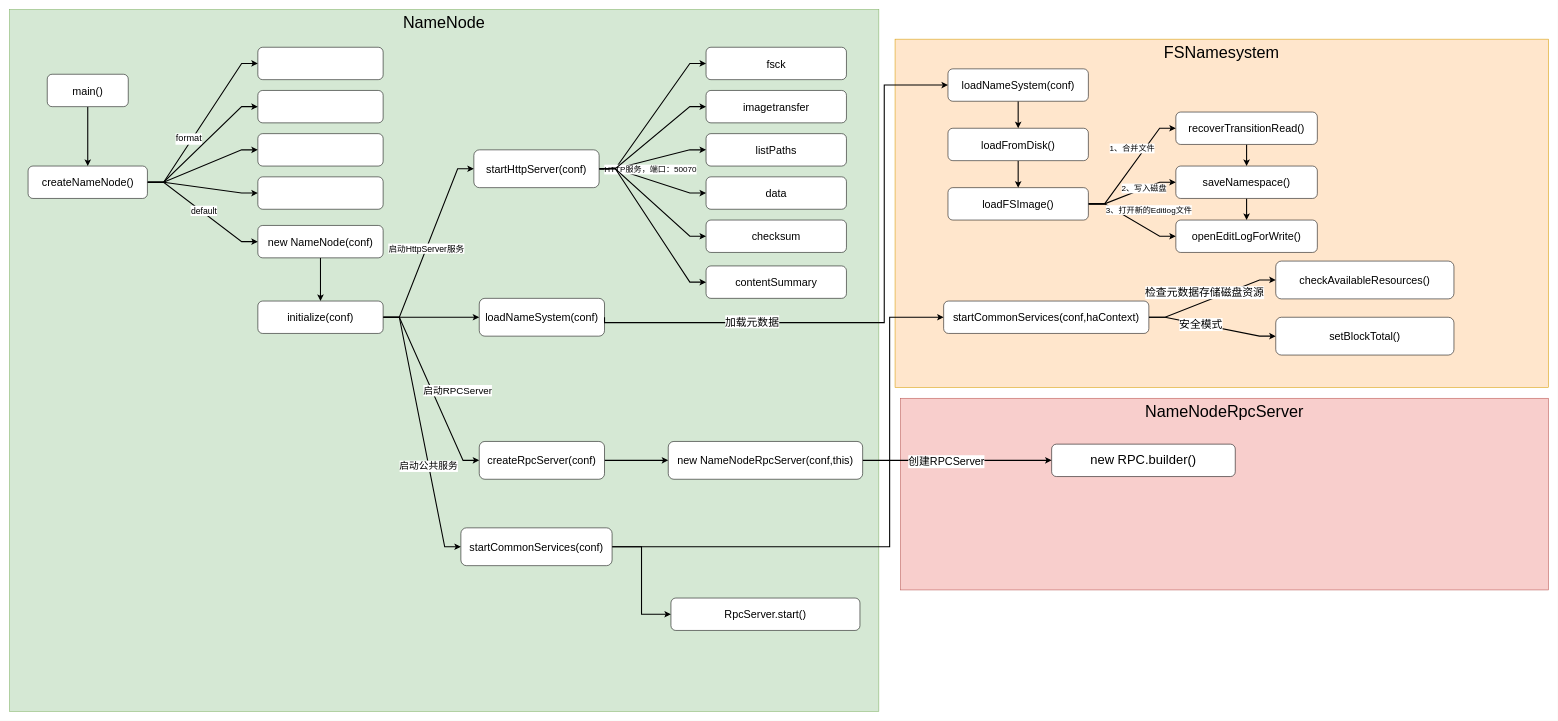
The draw.io diagram page "NameNode启动" (1 of 3) of Hadoop.drawio in starzy1990/diagrams, before the edit. Source tidied: cells renumbered, new cells numbered last; positions are measured from the earlier drawing's top-left corner, leaving out a move shared by most shapes. Both pictures are drawn from the tidied source at 54%, with x=0, y=0 at pixel (9, 9).
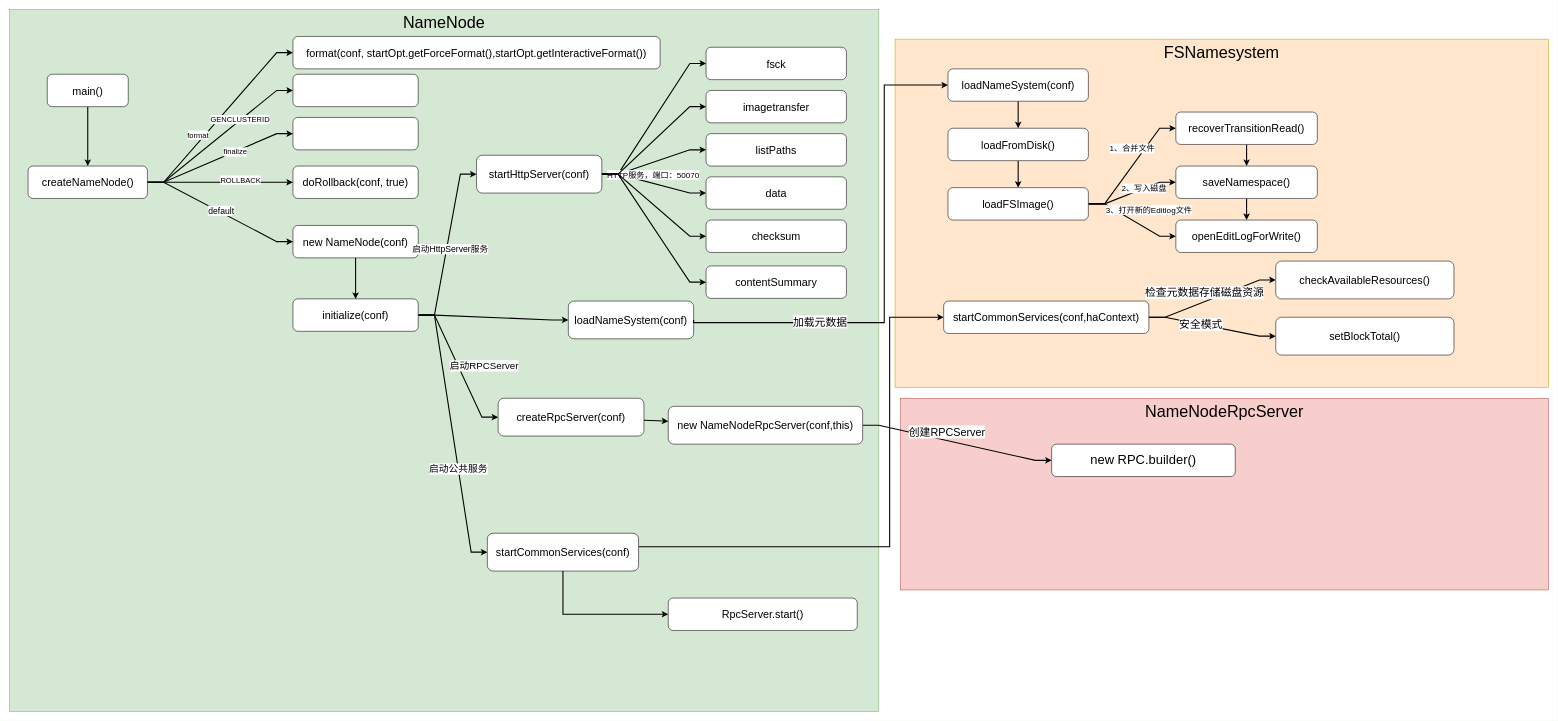
After the change.

Unchanged cells that the change refers to:
```xml
<mxCell id="6" style="edgeStyle=entityRelationEdgeStyle;rounded=0;jettySize=auto;html=1;exitX=1;exitY=0.5;exitDx=0;exitDy=0;fontSize=20;strokeWidth=2;entryX=0;entryY=0.5;entryDx=0;entryDy=0;" parent="1" edge="1" source="13" target="14">
  <mxGeometry relative="1" as="geometry" />
</mxCell>
<mxCell id="10" style="edgeStyle=entityRelationEdgeStyle;rounded=0;jettySize=auto;html=1;shadow=0;fontSize=20;strokeWidth=2;" parent="1" edge="1" source="13" target="15">
  <mxGeometry relative="1" as="geometry" />
</mxCell>
<mxCell id="11" style="edgeStyle=entityRelationEdgeStyle;rounded=0;jettySize=auto;html=1;shadow=0;fontSize=20;strokeWidth=2;" parent="1" edge="1" source="13" target="16">
  <mxGeometry relative="1" as="geometry" />
</mxCell>
<mxCell id="12" style="edgeStyle=entityRelationEdgeStyle;rounded=0;jettySize=auto;html=1;entryX=0;entryY=0.5;entryDx=0;entryDy=0;shadow=0;fontSize=20;strokeWidth=2;" parent="1" edge="1" source="13" target="67">
  <mxGeometry relative="1" as="geometry" />
</mxCell>
```

Diff of the diagram source:
```diff
@@
-    <mxCell id="7" value="format" style="edgeLabel;html=1;align=center;verticalAlign=middle;fontSize=17;" parent="6" vertex="1">
+    <mxCell id="7" value="format" style="edgeLabel;html=1;align=center;verticalAlign=middle;fontSize=14;" parent="6" vertex="1">
       <mxGeometry x="-0.45" y="4" relative="1" as="geometry">
         <mxPoint x="17" y="-29" as="offset" />
       </mxGeometry>
     </mxCell>
@@
+    <mxCell id="79" value="GENCLUSTERID" style="edgeLabel;html=1;align=center;verticalAlign=middle;fontSize=14;" parent="10" vertex="1">
+      <mxGeometry x="0.29" y="2" relative="1" as="geometry" />
+    </mxCell>
@@
+    <mxCell id="80" value="finalize" style="edgeLabel;html=1;align=center;verticalAlign=middle;fontSize=14;" parent="11" vertex="1">
+      <mxGeometry x="0.21" relative="1" as="geometry" />
+    </mxCell>
@@
+    <mxCell id="81" value="ROLLBACK" style="edgeLabel;html=1;align=center;verticalAlign=middle;fontSize=14;" parent="12" vertex="1">
+      <mxGeometry x="0.28" y="5" relative="1" as="geometry" />
+    </mxCell>
@@
-    <mxCell id="14" style="rounded=1;whiteSpace=wrap;html=1;fontSize=20;" parent="1" vertex="1">
-      <mxGeometry x="460" y="70" width="232" height="60" as="geometry" />
+    <mxCell id="14" value="format(conf, startOpt.getForceFormat(),startOpt.getInteractiveFormat())" style="rounded=1;whiteSpace=wrap;html=1;fontSize=20;" parent="1" vertex="1">
+      <mxGeometry x="525" y="50" width="680" height="60" as="geometry" />
     </mxCell>
     <mxCell id="15" style="rounded=1;whiteSpace=wrap;html=1;fontSize=20;" parent="1" vertex="1">
-      <mxGeometry x="460" y="150" width="232" height="60" as="geometry" />
+      <mxGeometry x="525" y="120" width="232" height="60" as="geometry" />
     </mxCell>
     <mxCell id="16" style="rounded=1;whiteSpace=wrap;html=1;fontSize=20;" parent="1" vertex="1">
-      <mxGeometry x="460" y="230" width="232" height="60" as="geometry" />
+      <mxGeometry x="525" y="200" width="232" height="60" as="geometry" />
     </mxCell>
@@
     <mxCell id="18" value="new NameNode(conf)" style="rounded=1;whiteSpace=wrap;html=1;fontSize=20;" parent="1" vertex="1">
-      <mxGeometry x="460" y="400" width="232" height="60" as="geometry" />
+      <mxGeometry x="525" y="400" width="232" height="60" as="geometry" />
     </mxCell>
@@
     <mxCell id="26" value="initialize(conf)" style="rounded=1;whiteSpace=wrap;html=1;fontSize=20;" parent="1" vertex="1">
-      <mxGeometry x="460" y="540" width="232" height="60" as="geometry" />
+      <mxGeometry x="525" y="536" width="232" height="60" as="geometry" />
     </mxCell>
@@
     <mxCell id="34" value="startHttpServer(conf)" style="rounded=1;whiteSpace=wrap;html=1;fontSize=20;" parent="1" vertex="1">
-      <mxGeometry x="860" y="260" width="232" height="70" as="geometry" />
+      <mxGeometry x="865" y="270" width="232" height="70" as="geometry" />
     </mxCell>
@@
     <mxCell id="38" value="loadNameSystem(conf)" style="rounded=1;whiteSpace=wrap;html=1;fontSize=20;" parent="1" vertex="1">
-      <mxGeometry x="870" y="535" width="232" height="70" as="geometry" />
+      <mxGeometry x="1035" y="540" width="232" height="70" as="geometry" />
     </mxCell>
@@
     <mxCell id="41" value="createRpcServer(conf)" style="rounded=1;whiteSpace=wrap;html=1;fontSize=20;" parent="1" vertex="1">
-      <mxGeometry x="870" y="800" width="232" height="70" as="geometry" />
+      <mxGeometry x="905" y="720" width="270" height="70" as="geometry" />
     </mxCell>
@@
     <mxCell id="63" value="new NameNodeRpcServer(conf,this)" style="rounded=1;whiteSpace=wrap;html=1;fontSize=20;" parent="1" vertex="1">
-      <mxGeometry x="1220" y="800" width="360" height="70" as="geometry" />
+      <mxGeometry x="1220" y="735" width="360" height="70" as="geometry" />
     </mxCell>
@@
-    <mxCell id="67" style="rounded=1;whiteSpace=wrap;html=1;fontSize=20;" parent="1" vertex="1">
-      <mxGeometry x="460" y="310" width="232" height="60" as="geometry" />
+    <mxCell id="67" value="doRollback(conf, true)" style="rounded=1;whiteSpace=wrap;html=1;fontSize=20;" parent="1" vertex="1">
+      <mxGeometry x="525" y="290" width="232" height="60" as="geometry" />
     </mxCell>
@@
-    <mxCell id="69" style="edgeStyle=orthogonalEdgeStyle;rounded=0;jettySize=auto;html=1;entryX=0;entryY=0.5;entryDx=0;entryDy=0;shadow=0;fontSize=20;strokeWidth=2;" parent="1" edge="1" source="70" target="76">
+    <mxCell id="69" style="edgeStyle=orthogonalEdgeStyle;rounded=0;jettySize=auto;html=1;entryX=0;entryY=0.5;entryDx=0;entryDy=0;shadow=0;fontSize=20;strokeWidth=2;exitX=0.5;exitY=1;exitDx=0;exitDy=0;" parent="1" edge="1" source="70" target="76">
       <mxGeometry relative="1" as="geometry" />
     </mxCell>
     <mxCell id="70" value="startCommonServices(conf)" style="rounded=1;whiteSpace=wrap;html=1;fontSize=20;" parent="1" vertex="1">
-      <mxGeometry x="836" y="960" width="280" height="70" as="geometry" />
+      <mxGeometry x="885" y="970" width="280" height="70" as="geometry" />
     </mxCell>
@@
     <mxCell id="76" value="RpcServer.start()" style="rounded=1;whiteSpace=wrap;html=1;fontSize=20;" parent="1" vertex="1">
-      <mxGeometry x="1225" y="1090" width="350" height="60" as="geometry" />
+      <mxGeometry x="1220" y="1090" width="350" height="60" as="geometry" />
     </mxCell>
```
